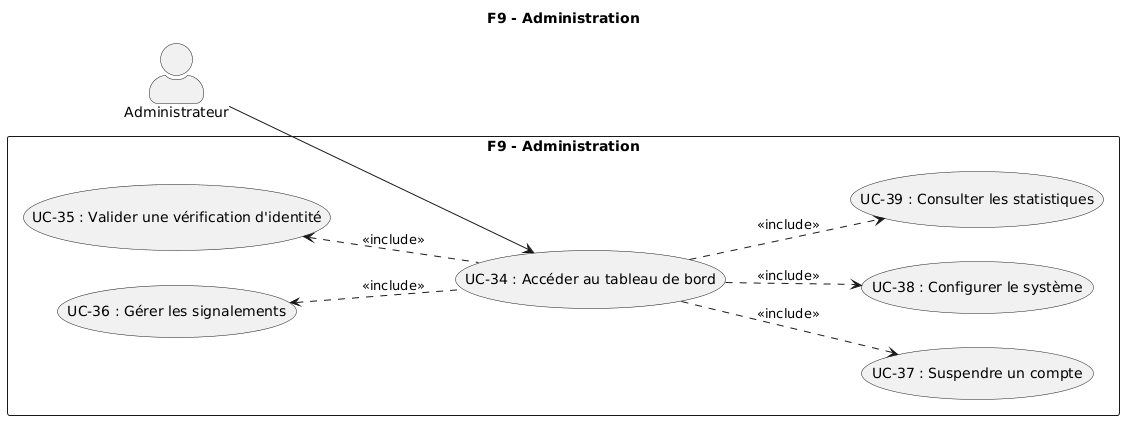
This is images/diagramme_cu_p9.png from KazeHolloway/Projet_LaTex, a PlantUML export, as it was before one commit. The source it was exported from:
```plantuml
@startuml
title F9 - Administration

left to right direction
skinparam actorStyle awesome

actor "Administrateur" as admin

rectangle "F9 - Administration" {
  usecase "UC-34 : Accéder au tableau de bord" as UC34
  usecase "UC-35 : Valider une vérification d'identité" as UC35
  usecase "UC-36 : Gérer les signalements" as UC36
  usecase "UC-37 : Suspendre un compte" as UC37
  usecase "UC-38 : Configurer le système" as UC38
  usecase "UC-39 : Consulter les statistiques" as UC39
}

UC34 .up.> UC35 : <<include>>
UC34 .up.> UC36 : <<include>>
UC34 .down.> UC37 : <<include>>
UC34 .down.> UC38 : <<include>>
UC34 .down.> UC39 : <<include>>

admin --> UC34
@enduml
```
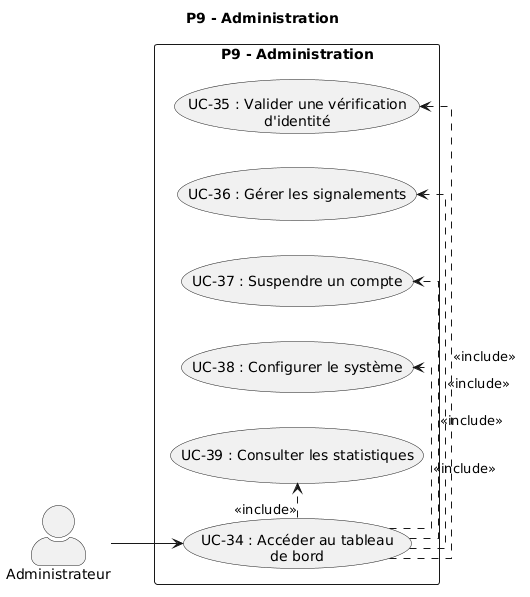
The same file after the commit.

Commit message:
PreÃÃmière correction des diagramme de cas d'utilisation

Change to the diagram source:
```diff
@@ -1,25 +1,26 @@
 @startuml
-title F9 - Administration
+title P9 - Administration
 
 left to right direction
 skinparam actorStyle awesome
+skinparam linetype ortho
 
 actor "Administrateur" as admin
 
-rectangle "F9 - Administration" {
-  usecase "UC-34 : Accéder au tableau de bord" as UC34
-  usecase "UC-35 : Valider une vérification d'identité" as UC35
+rectangle "P9 - Administration" {
+  usecase "UC-34 : Accéder au tableau\nde bord" as UC34
+  usecase "UC-35 : Valider une vérification\nd'identité" as UC35
   usecase "UC-36 : Gérer les signalements" as UC36
   usecase "UC-37 : Suspendre un compte" as UC37
   usecase "UC-38 : Configurer le système" as UC38
   usecase "UC-39 : Consulter les statistiques" as UC39
 }
 
-UC34 .up.> UC35 : <<include>>
-UC34 .up.> UC36 : <<include>>
-UC34 .down.> UC37 : <<include>>
-UC34 .down.> UC38 : <<include>>
-UC34 .down.> UC39 : <<include>>
+UC34 .> UC35 : <<include>>
+UC34 .> UC36 : <<include>>
+UC34 .> UC37 : <<include>>
+UC34 .> UC38 : <<include>>
+UC34 .> UC39 : <<include>>
 
 admin --> UC34
 @enduml
```
